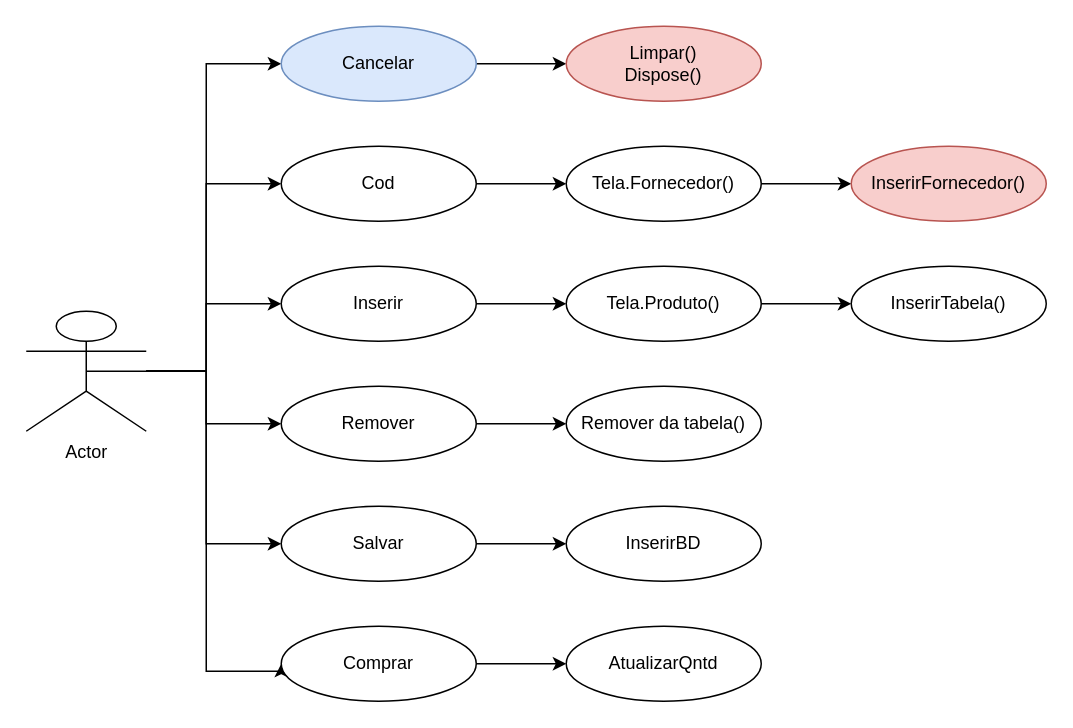
Earlier version of the draw.io diagram orcamento.drawio (JhonnyLin/TCC_salao). Source tidied: cells renumbered, new cells numbered last; positions are measured from the earlier drawing's top-left corner, leaving out a move shared by most shapes. Both pictures are drawn from the tidied source at 150%, with x=0, y=0 at pixel (26, 26).
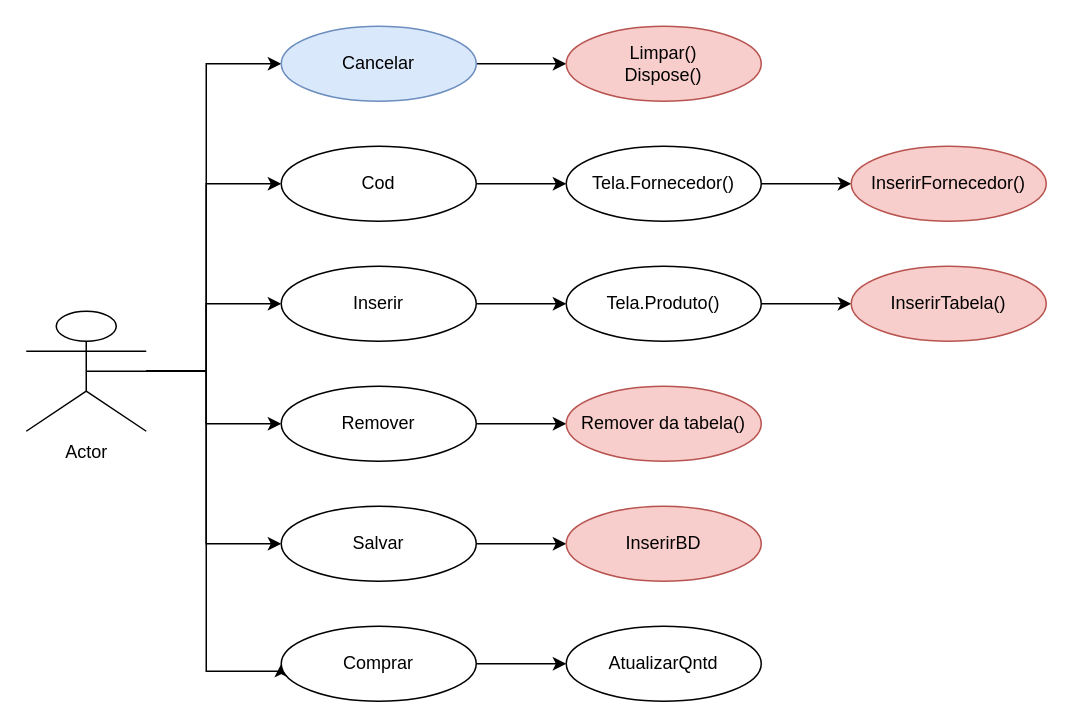
Above is the later version.

Commit message (it also covers changes not shown here):
acerto produtos orcamento

What changed in the source:
```diff
@@
-    <mxCell id="27" value="InserirTabela()" style="ellipse;whiteSpace=wrap;html=1;" parent="1" vertex="1">
+    <mxCell id="27" value="InserirTabela()" style="ellipse;whiteSpace=wrap;html=1;fillColor=#f8cecc;strokeColor=#b85450;" parent="1" vertex="1">
       <mxGeometry x="550" y="160" width="130" height="50" as="geometry" />
     </mxCell>
-    <mxCell id="28" value="Remover da tabela()" style="ellipse;whiteSpace=wrap;html=1;" parent="1" vertex="1">
+    <mxCell id="28" value="Remover da tabela()" style="ellipse;whiteSpace=wrap;html=1;fillColor=#f8cecc;strokeColor=#b85450;" parent="1" vertex="1">
       <mxGeometry x="360" y="240" width="130" height="50" as="geometry" />
     </mxCell>
-    <mxCell id="29" value="InserirBD" style="ellipse;whiteSpace=wrap;html=1;" parent="1" vertex="1">
+    <mxCell id="29" value="InserirBD" style="ellipse;whiteSpace=wrap;html=1;fillColor=#f8cecc;strokeColor=#b85450;" parent="1" vertex="1">
       <mxGeometry x="360" y="320" width="130" height="50" as="geometry" />
     </mxCell>
```
